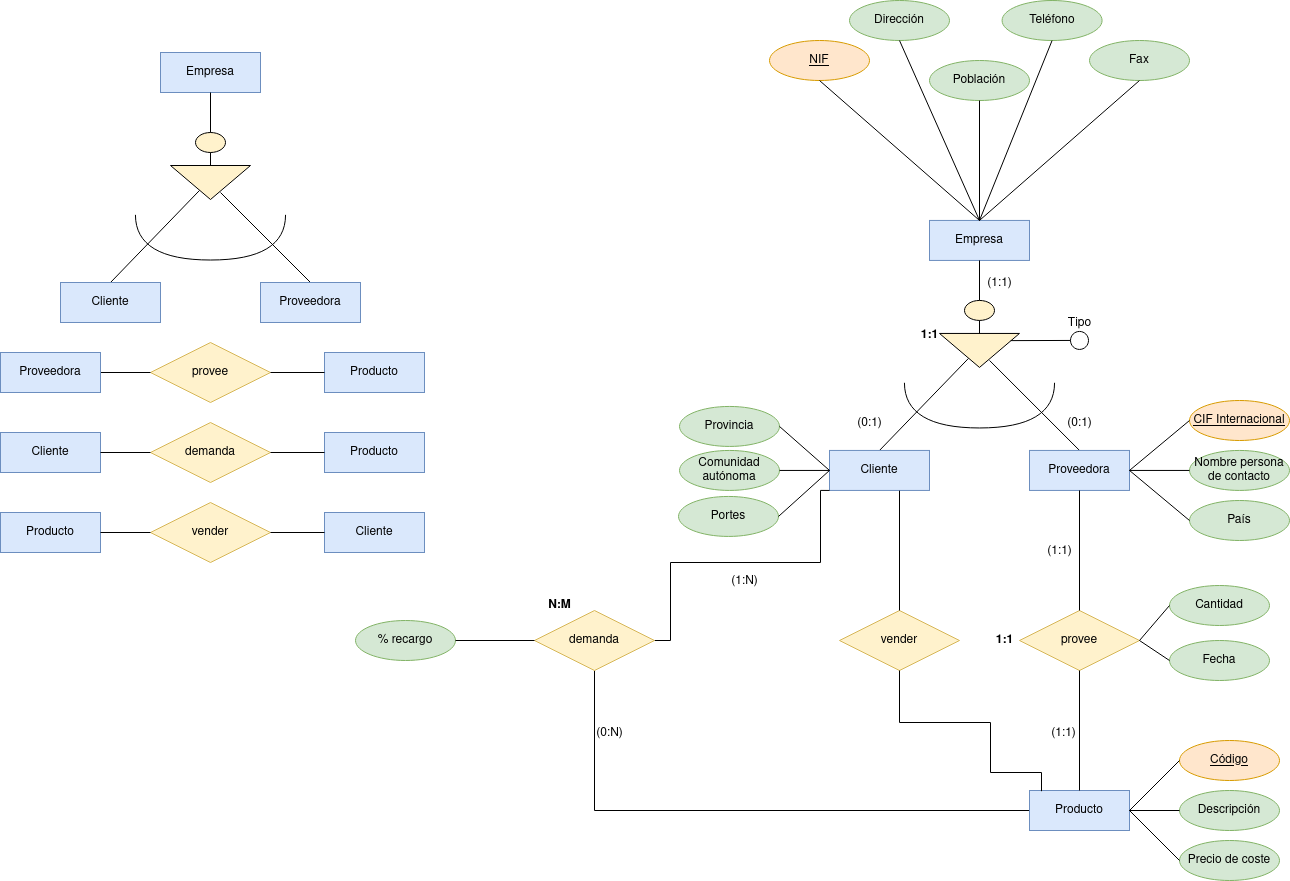
The draw.io diagram Unidad-1/Tareas/Tarea_Entregable-4/Diagrama Tarea Entregable 4.drawio.png in RafaelMayor/base-datos, before a commit. Source tidied: cells renumbered, new cells last; positions are measured from the earlier drawing's top-left corner, leaving out a move shared by most shapes.
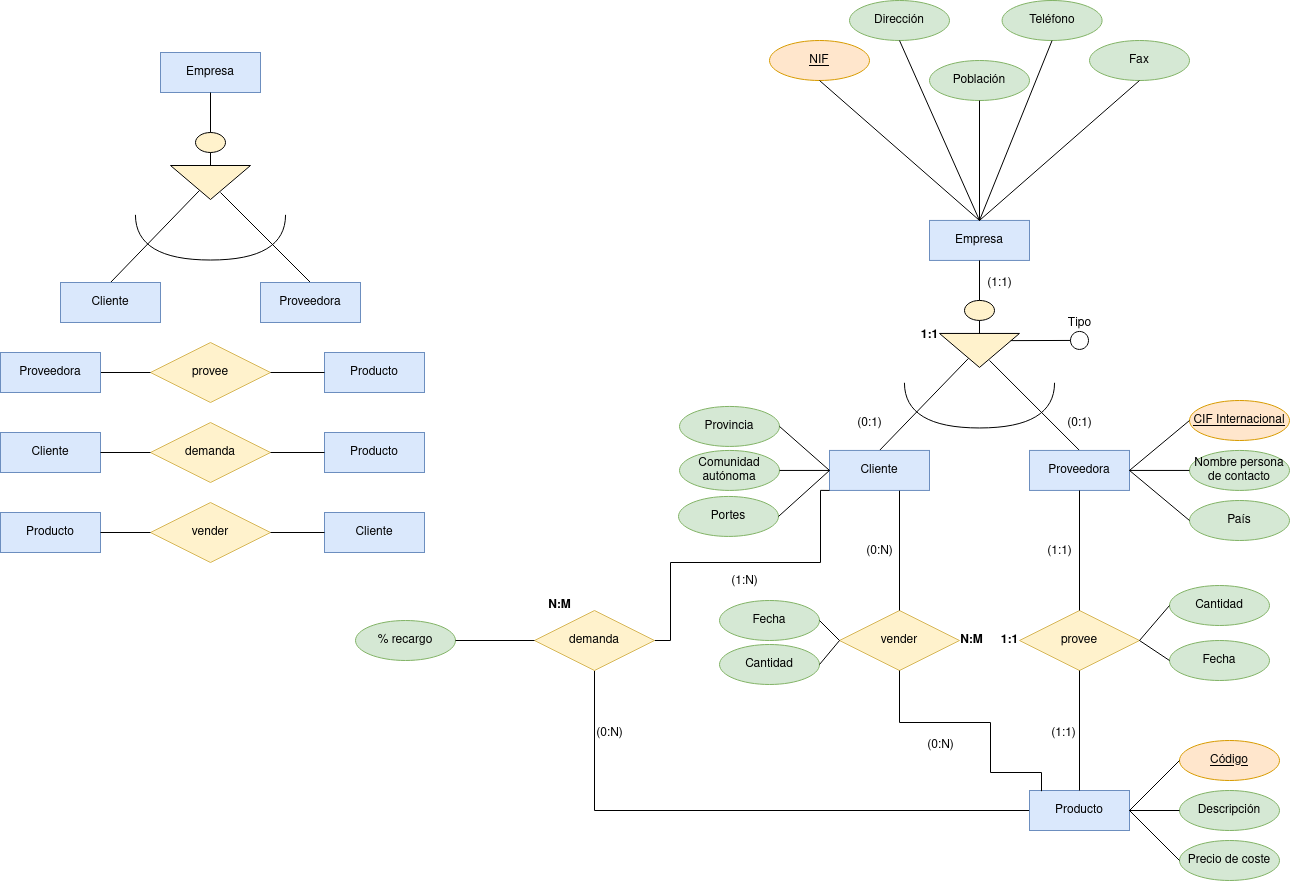
The same diagram one commit later.

What changed in the source:
```diff
@@ -217,7 +217,7 @@
       <mxGeometry x="1034" y="535.9" width="50" height="30" as="geometry" />
     </mxCell>
     <mxCell id="71" value="&lt;b&gt;1:1&lt;/b&gt;" style="text;html=1;align=center;verticalAlign=middle;strokeColor=none;fillColor=none;" parent="1" vertex="1">
-      <mxGeometry x="984" y="625" width="40" height="30" as="geometry" />
+      <mxGeometry x="989" y="625" width="40" height="30" as="geometry" />
     </mxCell>
     <mxCell id="72" value="% recargo" style="ellipse;whiteSpace=wrap;html=1;align=center;fillColor=#d5e8d4;strokeColor=#82b366;" parent="1" vertex="1">
       <mxGeometry x="355" y="620" width="100" height="40" as="geometry" />
@@ -292,5 +292,26 @@
     <mxCell id="93" style="edgeStyle=orthogonalEdgeStyle;rounded=0;jettySize=auto;html=1;endArrow=none;endFill=0;exitX=0.5;exitY=0;exitDx=0;exitDy=0;entryX=0.7;entryY=1.006;entryDx=0;entryDy=0;entryPerimeter=0;" parent="1" edge="1" source="91" target="26">
       <mxGeometry relative="1" as="geometry" />
     </mxCell>
+    <mxCell id="94" value="(0:N)" style="text;html=1;align=center;verticalAlign=middle;strokeColor=none;fillColor=none;" parent="1" vertex="1">
+      <mxGeometry x="854" y="535.9" width="50" height="30" as="geometry" />
+    </mxCell>
+    <mxCell id="95" value="(0:N)" style="text;html=1;align=center;verticalAlign=middle;strokeColor=none;fillColor=none;" parent="1" vertex="1">
+      <mxGeometry x="915" y="730" width="50" height="30" as="geometry" />
+    </mxCell>
+    <mxCell id="96" value="&lt;b&gt;N:M&lt;/b&gt;" style="text;html=1;align=center;verticalAlign=middle;strokeColor=none;fillColor=none;" parent="1" vertex="1">
+      <mxGeometry x="946" y="625" width="50" height="30" as="geometry" />
+    </mxCell>
+    <mxCell id="97" value="Fecha" style="ellipse;whiteSpace=wrap;html=1;align=center;fillColor=#d5e8d4;strokeColor=#82b366;" parent="1" vertex="1">
+      <mxGeometry x="719" y="600" width="100" height="40" as="geometry" />
+    </mxCell>
+    <mxCell id="98" value="Cantidad" style="ellipse;whiteSpace=wrap;html=1;align=center;fillColor=#d5e8d4;strokeColor=#82b366;" parent="1" vertex="1">
+      <mxGeometry x="719" y="644" width="100" height="40" as="geometry" />
+    </mxCell>
+    <mxCell id="99" style="endArrow=none;html=1;rounded=0;entryX=0;entryY=0.5;entryDx=0;entryDy=0;exitX=1;exitY=0.5;exitDx=0;exitDy=0;" parent="1" edge="1" source="98" target="91">
+      <mxGeometry relative="1" as="geometry" />
+    </mxCell>
+    <mxCell id="100" style="endArrow=none;html=1;rounded=0;entryX=0;entryY=0.5;entryDx=0;entryDy=0;exitX=1;exitY=0.5;exitDx=0;exitDy=0;" parent="1" edge="1" source="97" target="91">
+      <mxGeometry relative="1" as="geometry" />
+    </mxCell>
   </root>
 </mxGraphModel>
```
